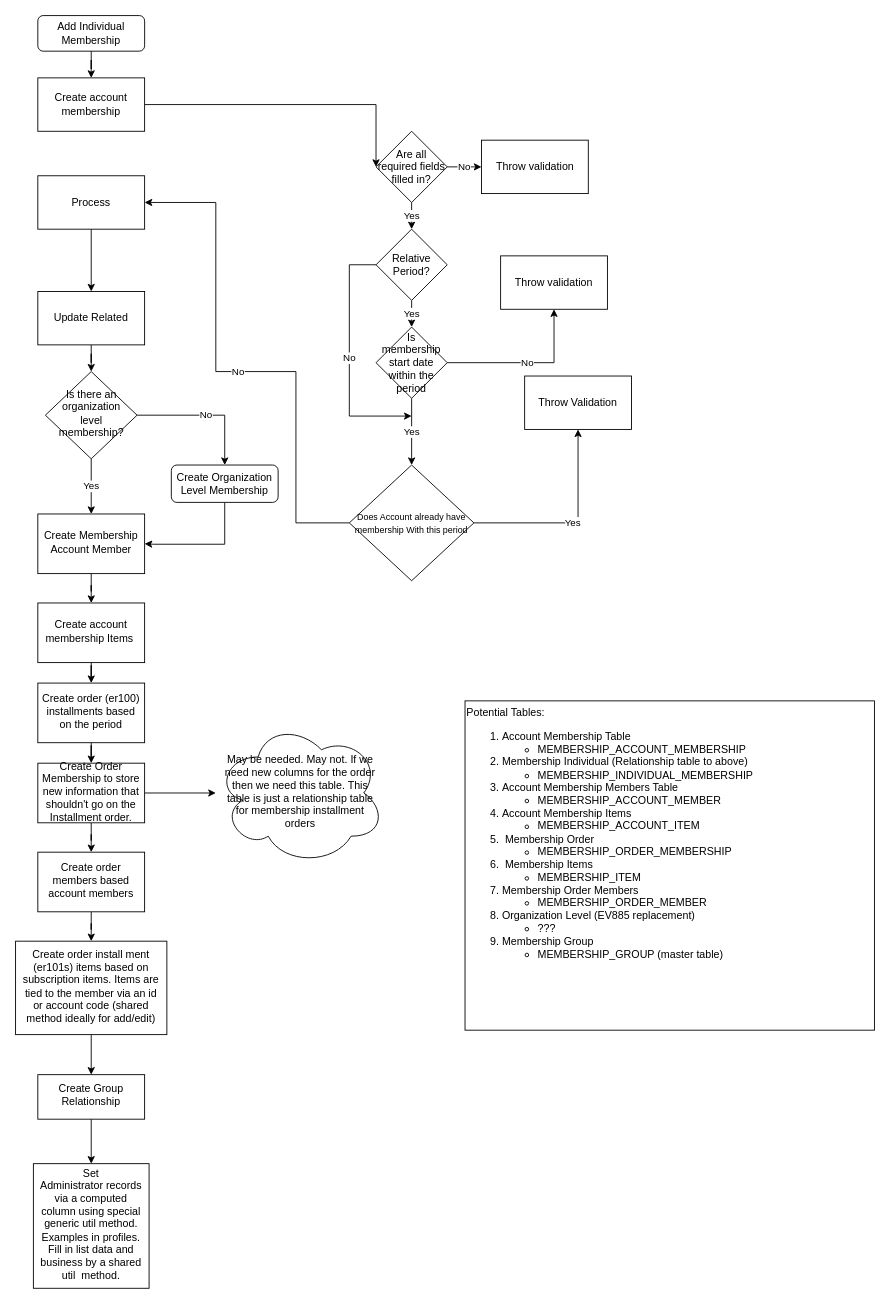
This is MembershipAddIndividual.drawio from shelbyharris/Membership, a draw.io file, before an edit. Source tidied: cells renumbered, new cells numbered last; positions are measured from the earlier drawing's top-left corner, leaving out a move shared by most shapes. Both pictures are drawn from the tidied source at 89%, with x=0, y=0 at pixel (15, 15).
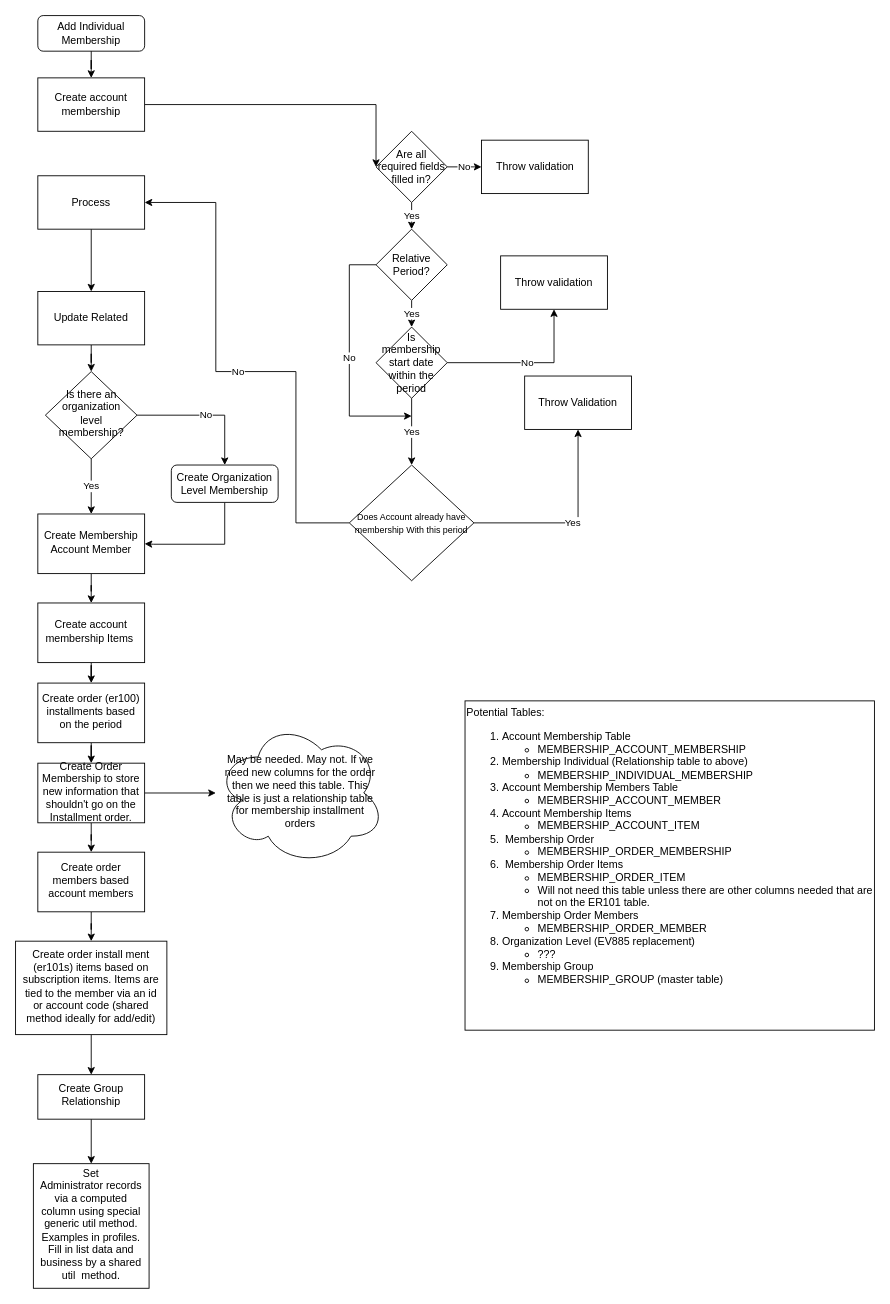
After the change.

What changed in the source:
```diff
@@
-    <mxCell id="45" value="Potential Tables:&lt;br&gt;&lt;ol&gt;&lt;li&gt;Account Membership Table&lt;br&gt;&lt;/li&gt;&lt;ul&gt;&lt;li&gt;&lt;span&gt;MEMBERSHIP_ACCOUNT_MEMBERSHIP&lt;/span&gt;&lt;/li&gt;&lt;/ul&gt;&lt;li&gt;Membership Individual (Relationship table to above)&lt;/li&gt;&lt;ul&gt;&lt;li&gt;MEMBERSHIP_INDIVIDUAL_MEMBERSHIP&lt;/li&gt;&lt;/ul&gt;&lt;li&gt;Account Membership Members Table&lt;/li&gt;&lt;ul&gt;&lt;li&gt;&lt;span&gt;MEMBERSHIP_ACCOUNT_MEMBER&lt;/span&gt;&lt;/li&gt;&lt;/ul&gt;&lt;li&gt;Account Membership Items&lt;/li&gt;&lt;ul&gt;&lt;li&gt;MEMBERSHIP_ACCOUNT_ITEM&lt;/li&gt;&lt;/ul&gt;&lt;li&gt;&amp;nbsp;Membership Order&lt;/li&gt;&lt;ul&gt;&lt;li&gt;&lt;span&gt;MEMBERSHIP_ORDER_MEMBERSHIP&lt;/span&gt;&lt;/li&gt;&lt;/ul&gt;&lt;li&gt;&amp;nbsp;Membership Items&lt;/li&gt;&lt;ul&gt;&lt;li&gt;MEMBERSHIP_ITEM&lt;/li&gt;&lt;/ul&gt;&lt;li&gt;Membership Order Members&lt;/li&gt;&lt;ul&gt;&lt;li&gt;&lt;span&gt;MEMBERSHIP_ORDER_MEMBER&lt;/span&gt;&lt;/li&gt;&lt;/ul&gt;&lt;li&gt;Organization Level (EV885 replacement)&lt;/li&gt;&lt;ul&gt;&lt;li&gt;???&lt;/li&gt;&lt;/ul&gt;&lt;li&gt;Membership Group&lt;/li&gt;&lt;ul&gt;&lt;li&gt;MEMBERSHIP_GROUP (master table)&lt;/li&gt;&lt;/ul&gt;&lt;/ol&gt;" style="rounded=0;whiteSpace=wrap;html=1;align=left;horizontal=1;verticalAlign=top;" parent="1" vertex="1">
+    <mxCell id="45" value="Potential Tables:&lt;br&gt;&lt;ol&gt;&lt;li&gt;Account Membership Table&lt;br&gt;&lt;/li&gt;&lt;ul&gt;&lt;li&gt;&lt;span&gt;MEMBERSHIP_ACCOUNT_MEMBERSHIP&lt;/span&gt;&lt;/li&gt;&lt;/ul&gt;&lt;li&gt;Membership Individual (Relationship table to above)&lt;/li&gt;&lt;ul&gt;&lt;li&gt;MEMBERSHIP_INDIVIDUAL_MEMBERSHIP&lt;/li&gt;&lt;/ul&gt;&lt;li&gt;Account Membership Members Table&lt;/li&gt;&lt;ul&gt;&lt;li&gt;&lt;span&gt;MEMBERSHIP_ACCOUNT_MEMBER&lt;/span&gt;&lt;/li&gt;&lt;/ul&gt;&lt;li&gt;Account Membership Items&lt;/li&gt;&lt;ul&gt;&lt;li&gt;MEMBERSHIP_ACCOUNT_ITEM&lt;/li&gt;&lt;/ul&gt;&lt;li&gt;&amp;nbsp;Membership Order&lt;/li&gt;&lt;ul&gt;&lt;li&gt;&lt;span&gt;MEMBERSHIP_ORDER_MEMBERSHIP&lt;/span&gt;&lt;/li&gt;&lt;/ul&gt;&lt;li&gt;&amp;nbsp;Membership Order Items&lt;/li&gt;&lt;ul&gt;&lt;li&gt;MEMBERSHIP_ORDER_ITEM&lt;/li&gt;&lt;li&gt;Will not need this table unless there are other columns needed that are not on the ER101 table.&amp;nbsp;&lt;/li&gt;&lt;/ul&gt;&lt;li&gt;Membership Order Members&lt;/li&gt;&lt;ul&gt;&lt;li&gt;&lt;span&gt;MEMBERSHIP_ORDER_MEMBER&lt;/span&gt;&lt;/li&gt;&lt;/ul&gt;&lt;li&gt;Organization Level (EV885 replacement)&lt;/li&gt;&lt;ul&gt;&lt;li&gt;???&lt;/li&gt;&lt;/ul&gt;&lt;li&gt;Membership Group&lt;/li&gt;&lt;ul&gt;&lt;li&gt;MEMBERSHIP_GROUP (master table)&lt;/li&gt;&lt;/ul&gt;&lt;/ol&gt;" style="rounded=0;whiteSpace=wrap;html=1;align=left;horizontal=1;verticalAlign=top;" parent="1" vertex="1">
       <mxGeometry x="505" y="770" width="460" height="370" as="geometry" />
     </mxCell>
```
